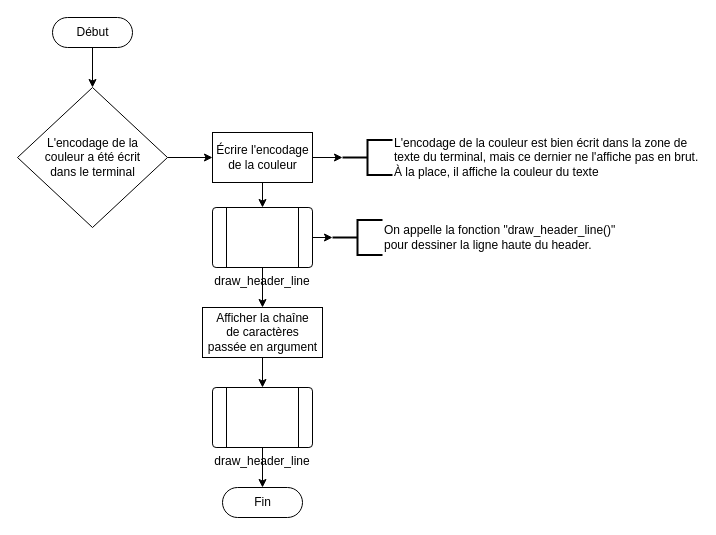
DimitriObeid/Linux-reinstall keeps this draw.io diagram as Graphiques/Fonctions/header_base.drawio. Above is the earlier version. Source tidied: cells renumbered, new cells numbered last; positions are measured from the earlier drawing's top-left corner, leaving out a move shared by most shapes. Both pictures are drawn from the tidied source at 100%, with x=0, y=0 at pixel (17, 17).
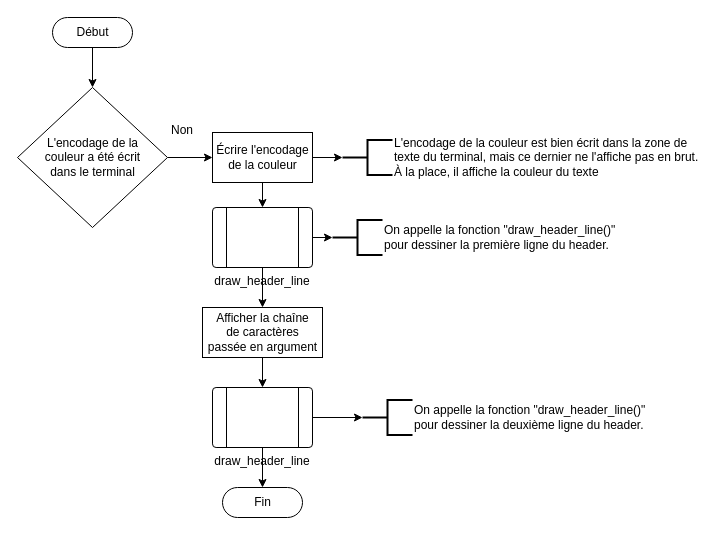
After the change.

Commit message (it also covers changes not shown here):
Ajout de la fonction "newline()" et modification de quelques fichiers

Unchanged cells that the change refers to:
```xml
<mxCell id="16" value="draw_header_line" style="verticalLabelPosition=bottom;verticalAlign=top;html=1;shape=process;whiteSpace=wrap;rounded=1;size=0.14;arcSize=6;" parent="1" vertex="1">
  <mxGeometry x="195" y="370" width="100" height="60" as="geometry" />
</mxCell>
```

The edit, as a diff of the source:
```diff
@@
+    <mxCell id="19" style="edgeStyle=orthogonalEdgeStyle;rounded=0;jettySize=auto;html=1;exitX=1;exitY=0.5;exitDx=0;exitDy=0;entryX=0;entryY=0.5;entryDx=0;entryDy=0;entryPerimeter=0;" parent="1" edge="1" source="16" target="20">
+      <mxGeometry relative="1" as="geometry" />
+    </mxCell>
@@
-    <mxCell id="17" value="On appelle la fonction &quot;draw_header_line()&quot; &lt;br&gt;pour dessiner la ligne haute du header." style="strokeWidth=2;html=1;shape=mxgraph.flowchart.annotation_2;align=left;labelPosition=right;" parent="1" vertex="1">
+    <mxCell id="17" value="On appelle la fonction &quot;draw_header_line()&quot; &lt;br&gt;pour dessiner la première ligne du header." style="strokeWidth=2;html=1;shape=mxgraph.flowchart.annotation_2;align=left;labelPosition=right;" parent="1" vertex="1">
       <mxGeometry x="315" y="202.5" width="50" height="35" as="geometry" />
     </mxCell>
@@
+    <mxCell id="20" value="On appelle la fonction &quot;draw_header_line()&quot; &lt;br&gt;pour dessiner la deuxième ligne du header." style="strokeWidth=2;html=1;shape=mxgraph.flowchart.annotation_2;align=left;labelPosition=right;" parent="1" vertex="1">
+      <mxGeometry x="345" y="382.5" width="50" height="35" as="geometry" />
+    </mxCell>
+    <mxCell id="21" value="Non" style="text;html=1;strokeColor=none;fillColor=none;align=center;verticalAlign=middle;whiteSpace=wrap;rounded=0;" parent="1" vertex="1">
+      <mxGeometry x="145" y="102.5" width="40" height="20" as="geometry" />
+    </mxCell>
```
